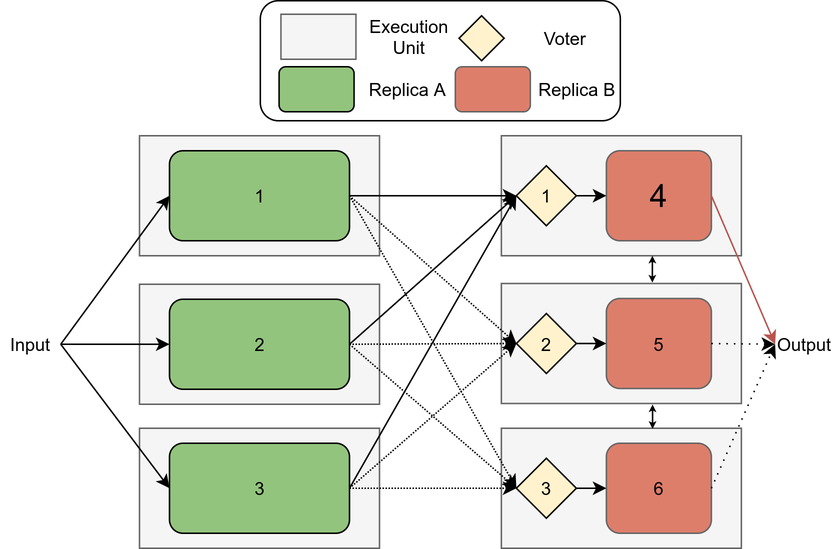
Before: images/ThreeComponentConsensus.png, a diagram exported from draw.io (Boffmann/masterThesis). Source tidied: cells renumbered, new cells last; positions are measured from the earlier drawing's top-left corner, leaving out a move shared by most shapes.
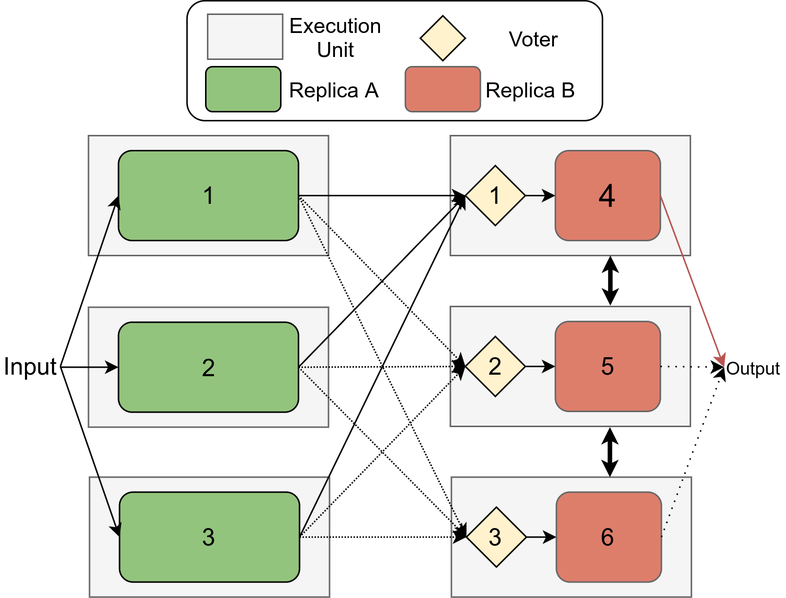
The same diagram one commit later.

Diff of the diagram source:
```diff
@@ -3,28 +3,30 @@
     <mxCell id="0" />
     <mxCell id="1" parent="0" />
     <mxCell id="2" style="rounded=0;whiteSpace=wrap;html=1;fillColor=#f5f5f5;strokeColor=#666666;fontColor=#333333;" parent="1" vertex="1">
-      <mxGeometry x="92.5" y="285" width="160" height="80" as="geometry" />
+      <mxGeometry x="93.2" y="317.9" width="160" height="80" as="geometry" />
     </mxCell>
     <mxCell id="3" style="rounded=0;whiteSpace=wrap;html=1;fillColor=#f5f5f5;strokeColor=#666666;fontColor=#333333;" parent="1" vertex="1">
-      <mxGeometry x="92.5" y="189" width="160" height="80" as="geometry" />
+      <mxGeometry x="92.5" y="204.5" width="160" height="80" as="geometry" />
     </mxCell>
     <mxCell id="4" style="rounded=0;whiteSpace=wrap;html=1;fillColor=#f5f5f5;strokeColor=#666666;fontColor=#333333;" parent="1" vertex="1">
       <mxGeometry x="92.5" y="90" width="160" height="80" as="geometry" />
     </mxCell>
-    <mxCell id="5" value="1" style="rounded=1;whiteSpace=wrap;html=1;fillColor=#93C47D;" parent="1" vertex="1">
+    <mxCell id="5" value="&lt;font style=&quot;font-size: 16px&quot;&gt;1&lt;/font&gt;" style="rounded=1;whiteSpace=wrap;html=1;fillColor=#93C47D;" parent="1" vertex="1">
       <mxGeometry x="112.5" y="100" width="120" height="60" as="geometry" />
     </mxCell>
-    <mxCell id="6" value="3" style="rounded=1;whiteSpace=wrap;html=1;fillColor=#93C47D;" parent="1" vertex="1">
-      <mxGeometry x="112.5" y="295" width="120" height="60" as="geometry" />
+    <mxCell id="6" value="&lt;font style=&quot;font-size: 16px&quot;&gt;3&lt;/font&gt;" style="rounded=1;whiteSpace=wrap;html=1;fillColor=#93C47D;" parent="1" vertex="1">
+      <mxGeometry x="113.2" y="327.9" width="120" height="60" as="geometry" />
     </mxCell>
-    <mxCell id="7" value="2" style="rounded=1;whiteSpace=wrap;html=1;fillColor=#93C47D;" parent="1" vertex="1">
-      <mxGeometry x="112.5" y="199" width="120" height="60" as="geometry" />
+    <mxCell id="7" value="&lt;font style=&quot;font-size: 16px&quot;&gt;2&lt;/font&gt;" style="rounded=1;whiteSpace=wrap;html=1;fillColor=#93C47D;" parent="1" vertex="1">
+      <mxGeometry x="112.5" y="214.5" width="120" height="60" as="geometry" />
     </mxCell>
-    <mxCell id="8" value="Input" style="text;html=1;strokeColor=none;fillColor=none;align=center;verticalAlign=middle;whiteSpace=wrap;rounded=0;" parent="1" vertex="1">
-      <mxGeometry y="219" width="40" height="20" as="geometry" />
+    <mxCell id="8" value="&lt;font style=&quot;font-size: 16px&quot;&gt;Input&lt;/font&gt;" style="text;html=1;strokeColor=none;fillColor=none;align=center;verticalAlign=middle;whiteSpace=wrap;rounded=0;" parent="1" vertex="1">
+      <mxGeometry x="33.8" y="234" width="40" height="20" as="geometry" />
     </mxCell>
-    <mxCell id="9" style="endArrow=classic;html=1;exitX=1;exitY=0.5;exitDx=0;exitDy=0;entryX=0;entryY=0.5;entryDx=0;entryDy=0;" parent="1" edge="1" source="8" target="7">
-      <mxGeometry relative="1" as="geometry" />
+    <mxCell id="9" style="endArrow=classic;html=1;exitX=1;exitY=0.5;exitDx=0;exitDy=0;entryX=0;entryY=0.5;entryDx=0;entryDy=0;" parent="1" edge="1" target="7">
+      <mxGeometry relative="1" as="geometry">
+        <mxPoint x="73.8" y="244.5" as="sourcePoint" />
+      </mxGeometry>
     </mxCell>
     <mxCell id="10" style="endArrow=classic;html=1;entryX=0;entryY=0.5;entryDx=0;entryDy=0;exitX=1;exitY=0.5;exitDx=0;exitDy=0;" parent="1" edge="1" source="8" target="5">
       <mxGeometry relative="1" as="geometry" />
@@ -35,20 +37,20 @@
     <mxCell id="12" value="&lt;font style=&quot;font-size: 21px&quot;&gt;4&lt;/font&gt;" style="rounded=1;whiteSpace=wrap;html=1;strokeColor=#666666;fillColor=#dd7e6b;" parent="1" vertex="1">
       <mxGeometry x="403.8" y="100" width="70" height="60" as="geometry" />
     </mxCell>
-    <mxCell id="13" value="1" style="rhombus;whiteSpace=wrap;html=1;fillColor=#FFF2CC;" parent="1" vertex="1">
+    <mxCell id="13" value="&lt;font style=&quot;font-size: 16px&quot;&gt;1&lt;/font&gt;" style="rhombus;whiteSpace=wrap;html=1;fillColor=#FFF2CC;" parent="1" vertex="1">
       <mxGeometry x="343.8" y="110" width="40" height="40" as="geometry" />
     </mxCell>
     <mxCell id="14" style="endArrow=classic;html=1;exitX=1;exitY=0.5;exitDx=0;exitDy=0;entryX=0;entryY=0.5;entryDx=0;entryDy=0;" parent="1" edge="1" source="13" target="12">
       <mxGeometry relative="1" as="geometry" />
     </mxCell>
     <mxCell id="15" style="rounded=0;whiteSpace=wrap;html=1;fillColor=#f5f5f5;strokeColor=#666666;fontColor=#333333;" parent="1" vertex="1">
-      <mxGeometry x="333.8" y="188.5" width="160" height="80" as="geometry" />
+      <mxGeometry x="333.8" y="204" width="160" height="80" as="geometry" />
     </mxCell>
-    <mxCell id="16" value="5" style="rounded=1;whiteSpace=wrap;html=1;strokeColor=#666666;fillColor=#dd7e6b;" parent="1" vertex="1">
-      <mxGeometry x="403.8" y="198.5" width="70" height="60" as="geometry" />
+    <mxCell id="16" value="&lt;font style=&quot;font-size: 16px&quot;&gt;5&lt;/font&gt;" style="rounded=1;whiteSpace=wrap;html=1;strokeColor=#666666;fillColor=#dd7e6b;" parent="1" vertex="1">
+      <mxGeometry x="403.8" y="214" width="70" height="60" as="geometry" />
     </mxCell>
-    <mxCell id="17" value="2" style="rhombus;whiteSpace=wrap;html=1;fillColor=#FFF2CC;" parent="1" vertex="1">
-      <mxGeometry x="343.8" y="208.5" width="40" height="40" as="geometry" />
+    <mxCell id="17" value="&lt;font style=&quot;font-size: 16px&quot;&gt;2&lt;/font&gt;" style="rhombus;whiteSpace=wrap;html=1;fillColor=#FFF2CC;" parent="1" vertex="1">
+      <mxGeometry x="343.8" y="224" width="40" height="40" as="geometry" />
     </mxCell>
     <mxCell id="18" style="endArrow=classic;html=1;exitX=1;exitY=0.5;exitDx=0;exitDy=0;entryX=0;entryY=0.5;entryDx=0;entryDy=0;" parent="1" edge="1" source="17" target="16">
       <mxGeometry relative="1" as="geometry" />
@@ -75,72 +77,76 @@
       <mxGeometry relative="1" as="geometry" />
     </mxCell>
     <mxCell id="26" style="rounded=1;whiteSpace=wrap;html=1;" parent="1" vertex="1">
-      <mxGeometry x="173.1" width="240" height="80" as="geometry" />
+      <mxGeometry x="158.2" width="276.9" height="80" as="geometry" />
     </mxCell>
     <mxCell id="27" style="rounded=0;whiteSpace=wrap;html=1;fillColor=#f5f5f5;strokeColor=#666666;fontColor=#333333;" parent="1" vertex="1">
-      <mxGeometry x="186.8" y="9" width="50" height="30" as="geometry" />
+      <mxGeometry x="171.9" y="9" width="50" height="30" as="geometry" />
     </mxCell>
-    <mxCell id="28" value="Execution&lt;br&gt;Unit" style="text;html=1;align=center;verticalAlign=middle;" parent="1" vertex="1">
-      <mxGeometry x="236.8" y="9" width="70" height="30" as="geometry" />
+    <mxCell id="28" value="&lt;font style=&quot;font-size: 14px&quot;&gt;Execution&lt;br&gt;Unit&lt;/font&gt;" style="text;html=1;align=center;verticalAlign=middle;" parent="1" vertex="1">
+      <mxGeometry x="216.9" y="4" width="80" height="40" as="geometry" />
     </mxCell>
     <mxCell id="29" style="rounded=1;whiteSpace=wrap;html=1;strokeColor=#666666;fillColor=#dd7e6b;" parent="1" vertex="1">
-      <mxGeometry x="303.1" y="44" width="50" height="30" as="geometry" />
+      <mxGeometry x="303.8" y="44" width="50" height="30" as="geometry" />
     </mxCell>
-    <mxCell id="30" value="Replica B" style="text;html=1;align=center;verticalAlign=middle;" parent="1" vertex="1">
-      <mxGeometry x="349.4" y="49" width="70" height="20" as="geometry" />
+    <mxCell id="30" value="&lt;font style=&quot;font-size: 14px&quot;&gt;Replica B&lt;/font&gt;" style="text;html=1;align=center;verticalAlign=middle;" parent="1" vertex="1">
+      <mxGeometry x="346.5" y="49" width="80" height="20" as="geometry" />
     </mxCell>
     <mxCell id="31" style="rhombus;whiteSpace=wrap;html=1;fillColor=#FFF2CC;" parent="1" vertex="1">
-      <mxGeometry x="305.6" y="10" width="30" height="30" as="geometry" />
+      <mxGeometry x="313.8" y="10" width="30" height="30" as="geometry" />
     </mxCell>
-    <mxCell id="32" value="Voter" style="text;html=1;align=center;verticalAlign=middle;" parent="1" vertex="1">
-      <mxGeometry x="355.6" y="15" width="40" height="20" as="geometry" />
+    <mxCell id="32" value="&lt;font style=&quot;font-size: 14px&quot;&gt;Voter&lt;/font&gt;" style="text;html=1;align=center;verticalAlign=middle;" parent="1" vertex="1">
+      <mxGeometry x="363.9" y="15" width="50" height="20" as="geometry" />
     </mxCell>
     <mxCell id="33" style="rounded=1;whiteSpace=wrap;html=1;fillColor=#93C47D;" parent="1" vertex="1">
-      <mxGeometry x="185.6" y="44" width="50" height="30" as="geometry" />
+      <mxGeometry x="170.7" y="44" width="50" height="30" as="geometry" />
     </mxCell>
-    <mxCell id="34" value="Replica A" style="text;html=1;align=center;verticalAlign=middle;" parent="1" vertex="1">
-      <mxGeometry x="235.6" y="49" width="70" height="20" as="geometry" />
+    <mxCell id="34" value="&lt;font style=&quot;font-size: 14px&quot;&gt;Replica A&lt;/font&gt;" style="text;html=1;align=center;verticalAlign=middle;" parent="1" vertex="1">
+      <mxGeometry x="220.7" y="49" width="70" height="20" as="geometry" />
     </mxCell>
     <mxCell id="35" value="Output" style="text;html=1;strokeColor=none;fillColor=none;align=center;verticalAlign=middle;whiteSpace=wrap;rounded=0;" parent="1" vertex="1">
-      <mxGeometry x="516.2" y="219" width="40" height="20" as="geometry" />
+      <mxGeometry x="516.2" y="234.5" width="40" height="20" as="geometry" />
     </mxCell>
-    <mxCell id="36" style="endArrow=classic;startArrow=classic;html=1;exitX=0.629;exitY=-0.008;exitDx=0;exitDy=0;exitPerimeter=0;endSize=2;startSize=2;" parent="1" edge="1" source="15">
+    <mxCell id="36" style="endArrow=classic;startArrow=classic;html=1;exitX=0.629;exitY=-0.008;exitDx=0;exitDy=0;exitPerimeter=0;endSize=2;startSize=2;strokeWidth=3;" parent="1" edge="1">
       <mxGeometry relative="1" as="geometry">
-        <mxPoint x="434.4" y="170" as="targetPoint" />
+        <mxPoint x="440.4" y="203.4" as="sourcePoint" />
+        <mxPoint x="440.4" y="170" as="targetPoint" />
       </mxGeometry>
     </mxCell>
     <mxCell id="37" style="rounded=0;whiteSpace=wrap;html=1;fillColor=#f5f5f5;strokeColor=#666666;fontColor=#333333;" parent="1" vertex="1">
-      <mxGeometry x="333.8" y="285" width="160" height="80" as="geometry" />
+      <mxGeometry x="334.4" y="317.9" width="160" height="80" as="geometry" />
     </mxCell>
-    <mxCell id="38" value="6" style="rounded=1;whiteSpace=wrap;html=1;strokeColor=#666666;fillColor=#dd7e6b;" parent="1" vertex="1">
-      <mxGeometry x="403.8" y="295" width="70" height="60" as="geometry" />
+    <mxCell id="38" value="&lt;font style=&quot;font-size: 16px&quot;&gt;6&lt;/font&gt;" style="rounded=1;whiteSpace=wrap;html=1;strokeColor=#666666;fillColor=#dd7e6b;" parent="1" vertex="1">
+      <mxGeometry x="404.4" y="327.9" width="70" height="60" as="geometry" />
     </mxCell>
-    <mxCell id="39" value="3" style="rhombus;whiteSpace=wrap;html=1;fillColor=#FFF2CC;" parent="1" vertex="1">
-      <mxGeometry x="343.8" y="305" width="40" height="40" as="geometry" />
+    <mxCell id="39" value="&lt;font style=&quot;font-size: 16px&quot;&gt;3&lt;/font&gt;" style="rhombus;whiteSpace=wrap;html=1;fillColor=#FFF2CC;" parent="1" vertex="1">
+      <mxGeometry x="344.4" y="337.9" width="40" height="40" as="geometry" />
     </mxCell>
     <mxCell id="40" style="endArrow=classic;html=1;exitX=1;exitY=0.5;exitDx=0;exitDy=0;entryX=0;entryY=0.5;entryDx=0;entryDy=0;" parent="1" edge="1" source="39" target="38">
       <mxGeometry relative="1" as="geometry" />
     </mxCell>
-    <mxCell id="41" style="endArrow=classic;startArrow=classic;html=1;exitX=0.63;exitY=0.005;exitDx=0;exitDy=0;exitPerimeter=0;entryX=0.63;entryY=1.008;entryDx=0;entryDy=0;entryPerimeter=0;endFill=1;endSize=2;startSize=2;" parent="1" edge="1" source="37" target="15">
+    <mxCell id="41" style="endArrow=classic;html=1;exitX=1;exitY=0.5;exitDx=0;exitDy=0;entryX=0;entryY=0.5;entryDx=0;entryDy=0;dashed=1;dashPattern=1 1;" parent="1" edge="1" source="5" target="39">
       <mxGeometry relative="1" as="geometry" />
     </mxCell>
-    <mxCell id="42" style="endArrow=classic;html=1;exitX=1;exitY=0.5;exitDx=0;exitDy=0;entryX=0;entryY=0.5;entryDx=0;entryDy=0;dashed=1;dashPattern=1 1;" parent="1" edge="1" source="5" target="39">
+    <mxCell id="42" style="endArrow=classic;html=1;exitX=1;exitY=0.5;exitDx=0;exitDy=0;entryX=0;entryY=0.5;entryDx=0;entryDy=0;dashed=1;dashPattern=1 1;" parent="1" edge="1" source="7" target="39">
       <mxGeometry relative="1" as="geometry" />
     </mxCell>
-    <mxCell id="43" style="endArrow=classic;html=1;exitX=1;exitY=0.5;exitDx=0;exitDy=0;entryX=0;entryY=0.5;entryDx=0;entryDy=0;dashed=1;dashPattern=1 1;" parent="1" edge="1" source="7" target="39">
+    <mxCell id="43" style="endArrow=classic;html=1;exitX=1;exitY=0.5;exitDx=0;exitDy=0;entryX=0;entryY=0.5;entryDx=0;entryDy=0;dashed=1;dashPattern=1 1;" parent="1" edge="1" source="6" target="39">
       <mxGeometry relative="1" as="geometry" />
     </mxCell>
-    <mxCell id="44" style="endArrow=classic;html=1;exitX=1;exitY=0.5;exitDx=0;exitDy=0;entryX=0;entryY=0.5;entryDx=0;entryDy=0;dashed=1;dashPattern=1 1;" parent="1" edge="1" source="6" target="39">
+    <mxCell id="44" style="endArrow=classic;html=1;exitX=1;exitY=0.5;exitDx=0;exitDy=0;entryX=0;entryY=0.5;entryDx=0;entryDy=0;dashed=1;dashPattern=1 4;" parent="1" edge="1" source="16" target="35">
       <mxGeometry relative="1" as="geometry" />
     </mxCell>
-    <mxCell id="45" style="endArrow=classic;html=1;exitX=1;exitY=0.5;exitDx=0;exitDy=0;entryX=0;entryY=0.5;entryDx=0;entryDy=0;dashed=1;dashPattern=1 4;" parent="1" edge="1" source="16" target="35">
+    <mxCell id="45" style="endArrow=classic;html=1;exitX=1;exitY=0.5;exitDx=0;exitDy=0;entryX=0;entryY=0.5;entryDx=0;entryDy=0;fillColor=#f8cecc;strokeColor=#b85450;" parent="1" edge="1" source="12" target="35">
       <mxGeometry relative="1" as="geometry" />
     </mxCell>
-    <mxCell id="46" style="endArrow=classic;html=1;exitX=1;exitY=0.5;exitDx=0;exitDy=0;entryX=0;entryY=0.5;entryDx=0;entryDy=0;fillColor=#f8cecc;strokeColor=#b85450;" parent="1" edge="1" source="12" target="35">
+    <mxCell id="46" style="endArrow=classic;html=1;dashed=1;dashPattern=1 4;strokeColor=#000000;exitX=1;exitY=0.5;exitDx=0;exitDy=0;entryX=0;entryY=0.5;entryDx=0;entryDy=0;" parent="1" edge="1" source="38" target="35">
       <mxGeometry relative="1" as="geometry" />
     </mxCell>
-    <mxCell id="47" style="endArrow=classic;html=1;dashed=1;dashPattern=1 4;strokeColor=#000000;exitX=1;exitY=0.5;exitDx=0;exitDy=0;entryX=0;entryY=0.5;entryDx=0;entryDy=0;" parent="1" edge="1" source="38" target="35">
-      <mxGeometry relative="1" as="geometry" />
+    <mxCell id="47" style="endArrow=classic;startArrow=classic;html=1;exitX=0.629;exitY=-0.008;exitDx=0;exitDy=0;exitPerimeter=0;endSize=2;startSize=2;strokeWidth=3;" parent="1" edge="1">
+      <mxGeometry relative="1" as="geometry">
+        <mxPoint x="440.1" y="317.9" as="sourcePoint" />
+        <mxPoint x="440.1" y="284.5" as="targetPoint" />
+      </mxGeometry>
     </mxCell>
   </root>
 </mxGraphModel>
```
